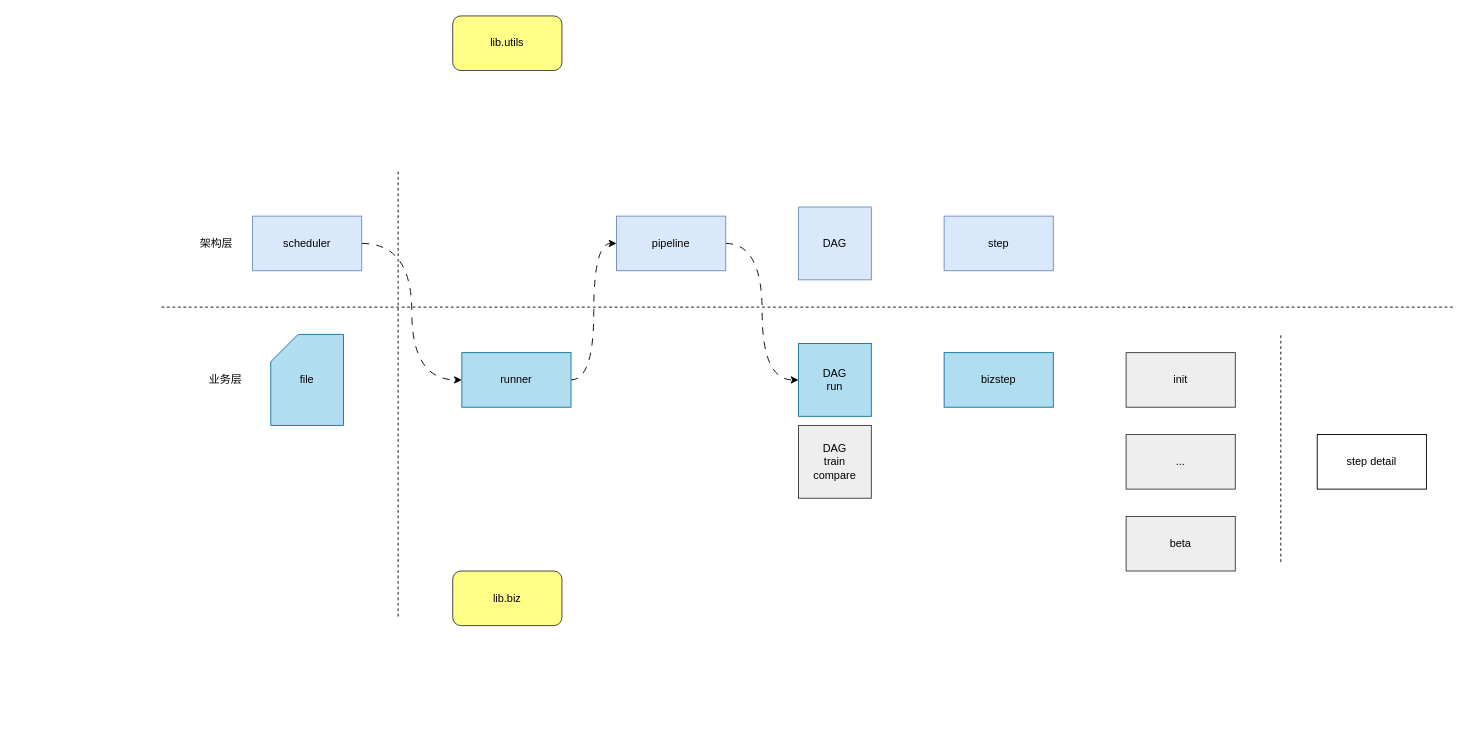
Earlier version of the draw.io diagram page "ppl5" (5 of 5) of tongdengfund/ppl_new.drawio (mistyeye11/drawio). Source tidied: cells renumbered, new cells numbered last; positions are measured from the earlier drawing's top-left corner, leaving out a move shared by most shapes. Both pictures are drawn from the tidied source at 91%, with x=0, y=0 at pixel (161, 15).
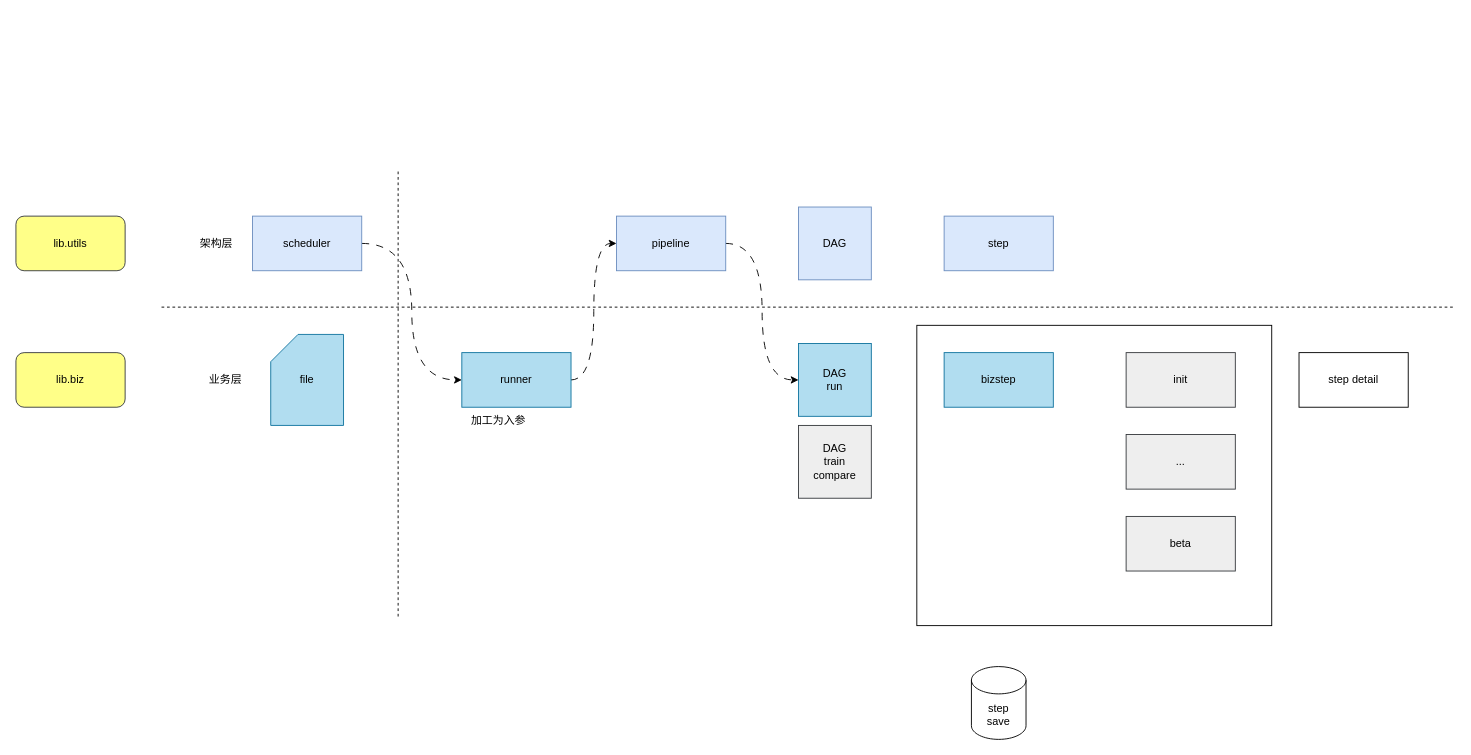
The same page after the edit.

Diff of the diagram source:
```diff
@@
+    <mxCell id="25" style="rounded=0;whiteSpace=wrap;html=1;" parent="1" vertex="1">
+      <mxGeometry x="830" y="340" width="390" height="330" as="geometry" />
+    </mxCell>
@@
     <mxCell id="16" value="step detail" style="rounded=0;whiteSpace=wrap;html=1;" parent="1" vertex="1">
-      <mxGeometry x="1270" y="460" width="120" height="60" as="geometry" />
+      <mxGeometry x="1250" y="370" width="120" height="60" as="geometry" />
     </mxCell>
@@
-    <mxCell id="18" style="endArrow=none;dashed=1;html=1;rounded=0;" parent="1" edge="1">
-      <mxGeometry relative="1" as="geometry">
-        <mxPoint x="1230" y="600" as="sourcePoint" />
-        <mxPoint x="1230" y="350" as="targetPoint" />
-      </mxGeometry>
-    </mxCell>
@@
     <mxCell id="20" value="lib.utils" style="rounded=1;whiteSpace=wrap;html=1;fillColor=#ffff88;strokeColor=#36393d;" parent="1" vertex="1">
-      <mxGeometry x="320" width="120" height="60" as="geometry" />
+      <mxGeometry x="-160" y="220" width="120" height="60" as="geometry" />
     </mxCell>
     <mxCell id="21" value="lib.biz" style="rounded=1;whiteSpace=wrap;html=1;fillColor=#ffff88;strokeColor=#36393d;" parent="1" vertex="1">
-      <mxGeometry x="320" y="610" width="120" height="60" as="geometry" />
+      <mxGeometry x="-160" y="370" width="120" height="60" as="geometry" />
     </mxCell>
@@
+    <mxCell id="26" value="step&lt;div&gt;save&lt;/div&gt;" style="shape=cylinder3;whiteSpace=wrap;html=1;boundedLbl=1;backgroundOutline=1;size=15;" parent="1" vertex="1">
+      <mxGeometry x="890" y="715" width="60" height="80" as="geometry" />
+    </mxCell>
+    <mxCell id="27" value="加工为入参" style="text;html=1;align=center;verticalAlign=middle;strokeColor=none;fillColor=none;" parent="1" vertex="1">
+      <mxGeometry x="330" y="430" width="80" height="30" as="geometry" />
+    </mxCell>
```
